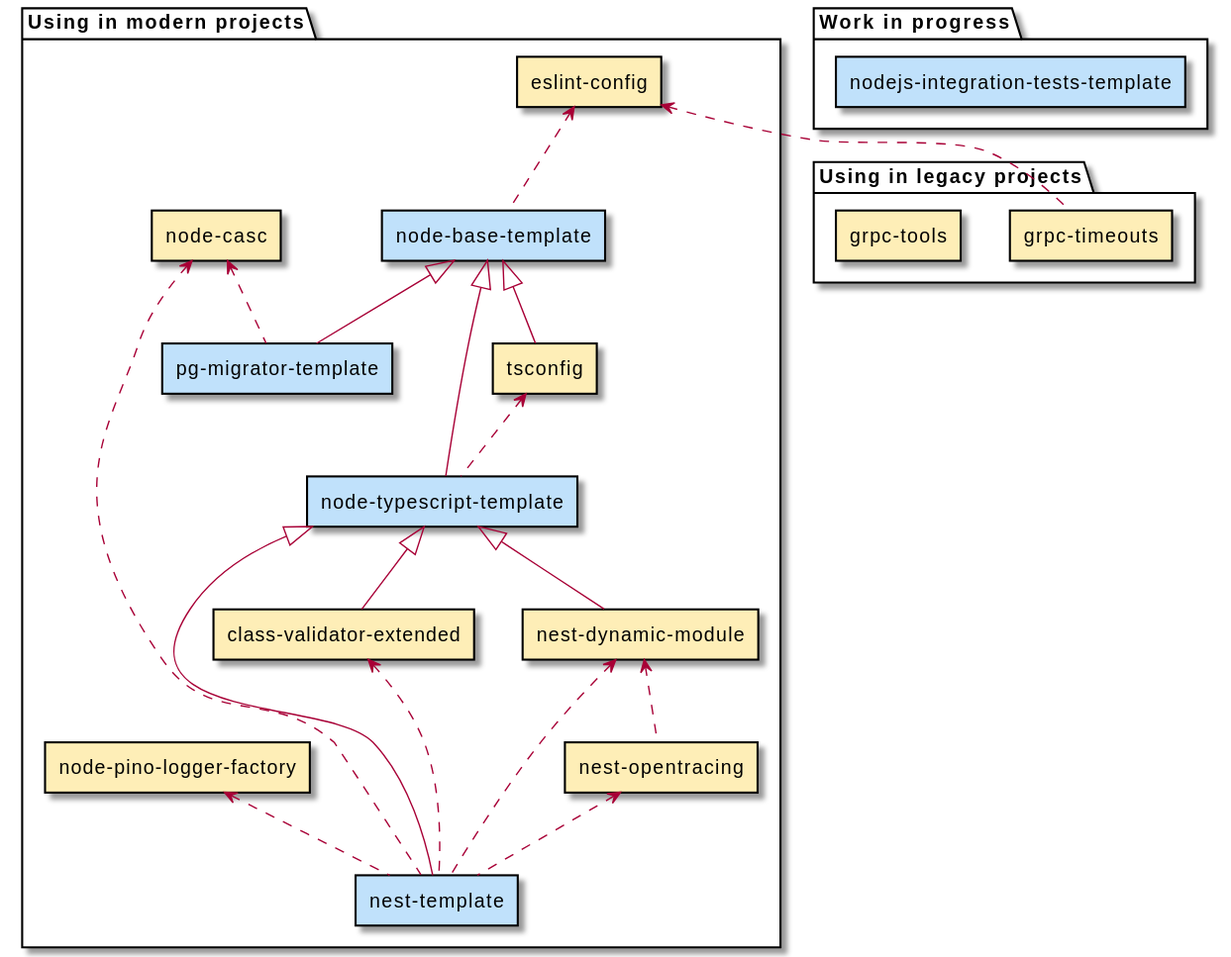
Above: docs/nodejs.svg in Byndyusoft/awesome-byndyusoft-opensource (PlantUML), before the change.
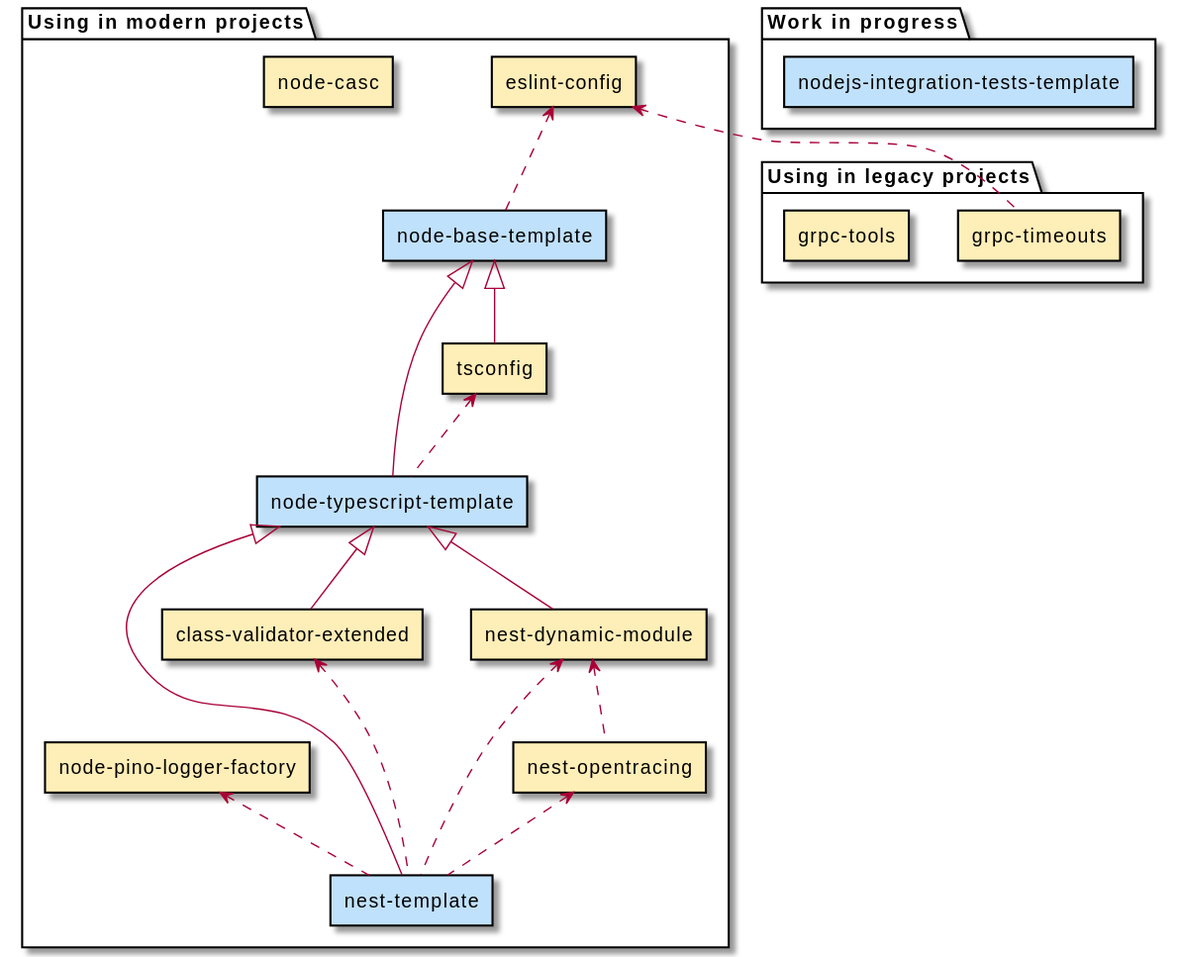
Above is the later version.

What changed in the source:
```diff
@@ -6,7 +6,6 @@
   TEMPLATE("nest-template")
   TEMPLATE("node-base-template")
   TEMPLATE("node-typescript-template")
-  TEMPLATE("pg-migrator-template")
 
   PACKAGE("class-validator-extended")
   PACKAGE("eslint-config")
@@ -30,16 +29,12 @@
 USE("nest-template", "class-validator-extended")
 USE("nest-template", "nest-dynamic-module")
 USE("nest-template", "nest-opentracing")
-USE("nest-template", "node-casc")
 USE("nest-template", "node-pino-logger-factory")
 
 USE("node-base-template", "eslint-config")
 
 EXTENDS("node-typescript-template", "node-base-template")
 USE("node-typescript-template", "tsconfig")
-
-EXTENDS("pg-migrator-template", "node-base-template")
-USE("pg-migrator-template", "node-casc")
 
 EXTENDS("class-validator-extended", "node-typescript-template")
 
```
